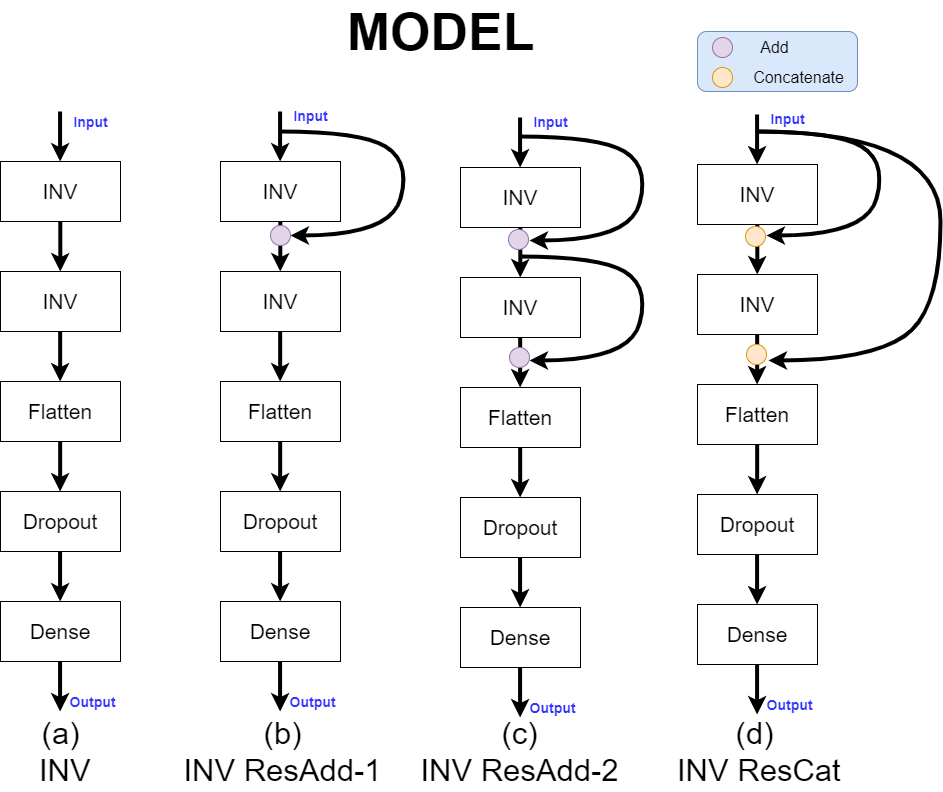
This is Network.png from JacobChen1998/Involution_Example_MNIST, a draw.io export, as it was before one commit. Source tidied: cells renumbered, new cells last; positions are measured from the earlier drawing's top-left corner, leaving out a move shared by most shapes.
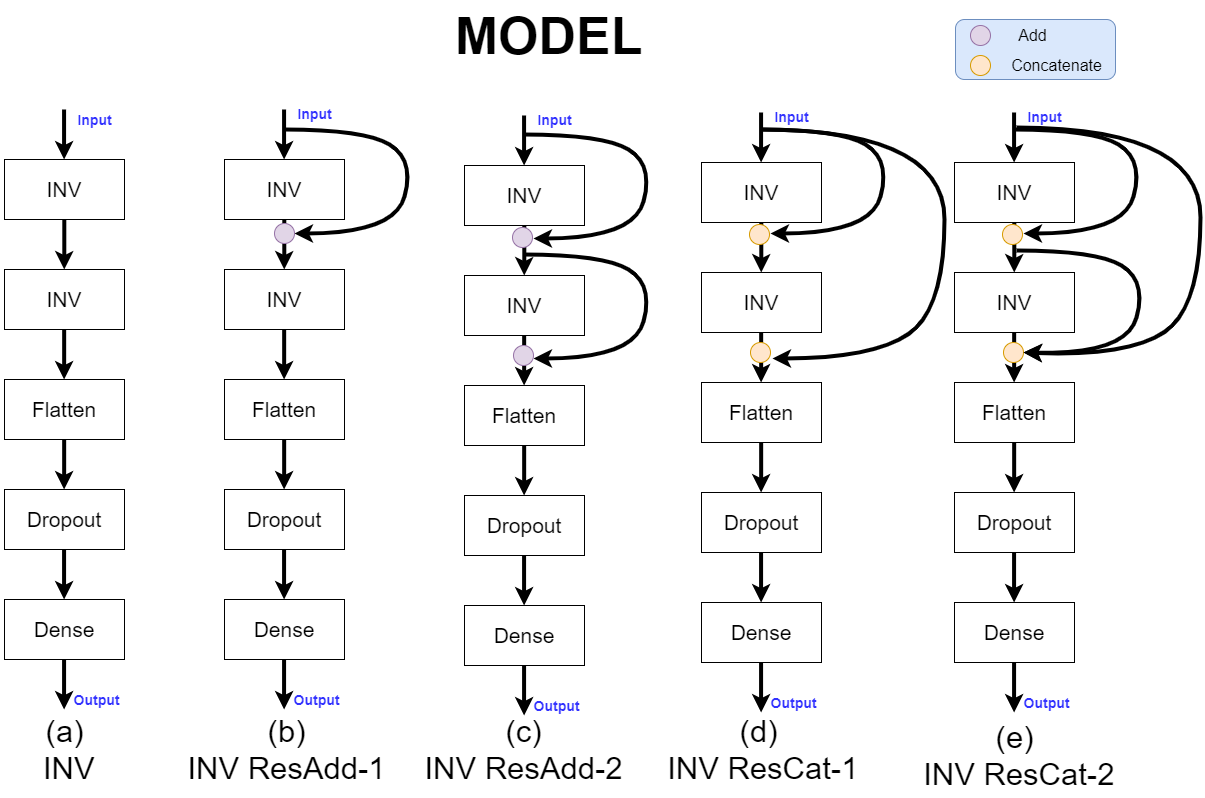
Above is the later version.

What changed in the source:
```diff
@@ -3,7 +3,7 @@
     <mxCell id="0" />
     <mxCell id="1" parent="0" />
     <mxCell id="2" style="rounded=1;whiteSpace=wrap;html=1;fontSize=16;fillColor=#dae8fc;strokeColor=#6c8ebf;" parent="1" vertex="1">
-      <mxGeometry x="697" y="25" width="160" height="60" as="geometry" />
+      <mxGeometry x="951" y="15" width="160" height="60" as="geometry" />
     </mxCell>
     <mxCell id="3" value="&lt;font style=&quot;font-size: 21px&quot;&gt;INV&lt;/font&gt;" style="rounded=0;whiteSpace=wrap;html=1;" parent="1" vertex="1">
       <mxGeometry y="155" width="120" height="60" as="geometry" />
@@ -312,23 +312,120 @@
     <mxCell id="67" value="&lt;font style=&quot;font-size: 31px&quot;&gt;&lt;span style=&quot;font-size: 31px&quot;&gt;(c)&lt;br&gt;INV ResAdd-2&lt;/span&gt;&lt;/font&gt;" style="text;html=1;align=center;verticalAlign=middle;fillColor=none;strokeColor=none;rounded=0;fontSize=31;fontStyle=0;" parent="1" vertex="1">
       <mxGeometry x="414" y="705" width="210" height="80" as="geometry" />
     </mxCell>
-    <mxCell id="68" value="&lt;font style=&quot;font-size: 31px&quot;&gt;&lt;span style=&quot;font-size: 31px&quot;&gt;(d)&lt;br&gt;&amp;nbsp;INV ResCat&lt;/span&gt;&lt;/font&gt;" style="text;html=1;align=center;verticalAlign=middle;fillColor=none;strokeColor=none;rounded=0;fontSize=31;fontStyle=0;" parent="1" vertex="1">
-      <mxGeometry x="659" y="705" width="190" height="80" as="geometry" />
+    <mxCell id="68" value="&lt;font style=&quot;font-size: 31px&quot;&gt;&lt;span style=&quot;font-size: 31px&quot;&gt;(d)&lt;br&gt;&amp;nbsp;INV ResCat-1&lt;/span&gt;&lt;/font&gt;" style="text;html=1;align=center;verticalAlign=middle;fillColor=none;strokeColor=none;rounded=0;fontSize=31;fontStyle=0;" parent="1" vertex="1">
+      <mxGeometry x="644" y="705" width="220" height="80" as="geometry" />
     </mxCell>
     <mxCell id="69" style="ellipse;whiteSpace=wrap;html=1;fillColor=#e1d5e7;strokeColor=#9673a6;" parent="1" vertex="1">
-      <mxGeometry x="712" y="31" width="20" height="20" as="geometry" />
+      <mxGeometry x="966" y="21" width="20" height="20" as="geometry" />
     </mxCell>
     <mxCell id="70" style="ellipse;whiteSpace=wrap;html=1;fillColor=#ffe6cc;strokeColor=#d79b00;" parent="1" vertex="1">
-      <mxGeometry x="712" y="61" width="20" height="20" as="geometry" />
+      <mxGeometry x="966" y="51" width="20" height="20" as="geometry" />
     </mxCell>
     <mxCell id="71" value="&lt;font style=&quot;font-size: 16px;&quot;&gt;&lt;span style=&quot;font-size: 16px;&quot;&gt;&lt;span style=&quot;font-size: 16px;&quot;&gt;Concatenate&lt;/span&gt;&lt;/span&gt;&lt;/font&gt;" style="text;html=1;align=center;verticalAlign=middle;fillColor=none;strokeColor=none;rounded=0;fontSize=16;fontStyle=0;" parent="1" vertex="1">
-      <mxGeometry x="743" y="61" width="110" height="20" as="geometry" />
+      <mxGeometry x="997" y="51" width="110" height="20" as="geometry" />
     </mxCell>
     <mxCell id="72" value="&lt;font style=&quot;font-size: 16px&quot;&gt;&lt;span style=&quot;font-size: 16px&quot;&gt;&lt;span style=&quot;font-size: 16px&quot;&gt;Add&lt;/span&gt;&lt;/span&gt;&lt;/font&gt;" style="text;html=1;align=center;verticalAlign=middle;fillColor=none;strokeColor=none;rounded=0;fontSize=16;fontStyle=0;" parent="1" vertex="1">
-      <mxGeometry x="754" y="31" width="40" height="20" as="geometry" />
+      <mxGeometry x="1008" y="21" width="40" height="20" as="geometry" />
     </mxCell>
     <mxCell id="73" value="&lt;font style=&quot;font-size: 52px&quot;&gt;&lt;b&gt;MODEL&lt;/b&gt;&lt;/font&gt;" style="text;html=1;align=center;verticalAlign=middle;fillColor=none;strokeColor=none;rounded=0;fontSize=31;fontStyle=0;" parent="1" vertex="1">
-      <mxGeometry x="340" width="200" height="50" as="geometry" />
+      <mxGeometry x="444" y="6" width="200" height="50" as="geometry" />
     </mxCell>
+    <mxCell id="74" value="&lt;font style=&quot;font-size: 21px&quot;&gt;INV&lt;/font&gt;" style="rounded=0;whiteSpace=wrap;html=1;" parent="1" vertex="1">
+      <mxGeometry x="950" y="158" width="120" height="60" as="geometry" />
+    </mxCell>
+    <mxCell id="75" value="&lt;font style=&quot;font-size: 21px&quot;&gt;INV&lt;/font&gt;" style="rounded=0;whiteSpace=wrap;html=1;" parent="1" vertex="1">
+      <mxGeometry x="950" y="268" width="120" height="60" as="geometry" />
+    </mxCell>
+    <mxCell id="76" style="endArrow=classic;html=1;strokeWidth=4;" parent="1" edge="1">
+      <mxGeometry relative="1" as="geometry">
+        <mxPoint x="1009.8" y="218" as="sourcePoint" />
+        <mxPoint x="1009.8" y="268" as="targetPoint" />
+      </mxGeometry>
+    </mxCell>
+    <mxCell id="77" style="endArrow=classic;html=1;strokeWidth=4;" parent="1" edge="1">
+      <mxGeometry relative="1" as="geometry">
+        <mxPoint x="1009.7" y="328" as="sourcePoint" />
+        <mxPoint x="1009.7" y="378" as="targetPoint" />
+      </mxGeometry>
+    </mxCell>
+    <mxCell id="78" value="&lt;font style=&quot;font-size: 21px&quot;&gt;Flatten&lt;/font&gt;" style="rounded=0;whiteSpace=wrap;html=1;" parent="1" vertex="1">
+      <mxGeometry x="950" y="378" width="120" height="60" as="geometry" />
+    </mxCell>
+    <mxCell id="79" style="endArrow=classic;html=1;strokeWidth=4;" parent="1" edge="1">
+      <mxGeometry relative="1" as="geometry">
+        <mxPoint x="1009.7" y="438" as="sourcePoint" />
+        <mxPoint x="1009.7" y="488" as="targetPoint" />
+      </mxGeometry>
+    </mxCell>
+    <mxCell id="80" value="&lt;font style=&quot;font-size: 21px&quot;&gt;Dropout&lt;/font&gt;" style="rounded=0;whiteSpace=wrap;html=1;" parent="1" vertex="1">
+      <mxGeometry x="950" y="488" width="120" height="60" as="geometry" />
+    </mxCell>
+    <mxCell id="81" value="&lt;span style=&quot;font-size: 21px&quot;&gt;Dense&lt;/span&gt;" style="rounded=0;whiteSpace=wrap;html=1;" parent="1" vertex="1">
+      <mxGeometry x="950" y="598" width="120" height="60" as="geometry" />
+    </mxCell>
+    <mxCell id="82" style="endArrow=classic;html=1;strokeWidth=4;" parent="1" edge="1">
+      <mxGeometry relative="1" as="geometry">
+        <mxPoint x="1009.6" y="548" as="sourcePoint" />
+        <mxPoint x="1009.6" y="598" as="targetPoint" />
+      </mxGeometry>
+    </mxCell>
+    <mxCell id="83" style="endArrow=classic;html=1;strokeWidth=4;" parent="1" edge="1">
+      <mxGeometry relative="1" as="geometry">
+        <mxPoint x="1009.6" y="108" as="sourcePoint" />
+        <mxPoint x="1009.6" y="158" as="targetPoint" />
+      </mxGeometry>
+    </mxCell>
+    <mxCell id="84" style="endArrow=classic;html=1;strokeWidth=4;" parent="1" edge="1">
+      <mxGeometry relative="1" as="geometry">
+        <mxPoint x="1009.6" y="658" as="sourcePoint" />
+        <mxPoint x="1009.6" y="708" as="targetPoint" />
+      </mxGeometry>
+    </mxCell>
+    <mxCell id="85" value="&lt;font color=&quot;#3333ff&quot; size=&quot;1&quot;&gt;&lt;b style=&quot;font-size: 14px&quot;&gt;Input&lt;/b&gt;&lt;/font&gt;" style="text;html=1;align=center;verticalAlign=middle;fillColor=none;strokeColor=none;rounded=0;" parent="1" vertex="1">
+      <mxGeometry x="1015" y="102" width="50" height="20" as="geometry" />
+    </mxCell>
+    <mxCell id="86" value="&lt;font color=&quot;#3333ff&quot; size=&quot;1&quot;&gt;&lt;b style=&quot;font-size: 14px&quot;&gt;Output&lt;/b&gt;&lt;/font&gt;" style="text;html=1;align=center;verticalAlign=middle;fillColor=none;strokeColor=none;rounded=0;" parent="1" vertex="1">
+      <mxGeometry x="1012" y="688" width="60" height="20" as="geometry" />
+    </mxCell>
+    <mxCell id="87" style="ellipse;whiteSpace=wrap;html=1;fillColor=#ffe6cc;strokeColor=#d79b00;" parent="1" vertex="1">
+      <mxGeometry x="998" y="220" width="20" height="20" as="geometry" />
+    </mxCell>
+    <mxCell id="88" style="curved=1;endArrow=classic;html=1;strokeWidth=4;" parent="1" edge="1">
+      <mxGeometry relative="1" as="geometry">
+        <mxPoint x="1009" y="125" as="sourcePoint" />
+        <mxPoint x="1019" y="229" as="targetPoint" />
+        <Array as="points">
+          <mxPoint x="1089" y="125" />
+          <mxPoint x="1139" y="155" />
+          <mxPoint x="1119" y="229" />
+        </Array>
+      </mxGeometry>
+    </mxCell>
+    <mxCell id="89" style="ellipse;whiteSpace=wrap;html=1;fillColor=#ffe6cc;strokeColor=#d79b00;" parent="1" vertex="1">
+      <mxGeometry x="999" y="338" width="20" height="20" as="geometry" />
+    </mxCell>
+    <mxCell id="90" style="curved=1;endArrow=classic;html=1;strokeWidth=4;entryX=1;entryY=0.5;entryDx=0;entryDy=0;" parent="1" edge="1" target="89">
+      <mxGeometry relative="1" as="geometry">
+        <mxPoint x="1012" y="123" as="sourcePoint" />
+        <Array as="points">
+          <mxPoint x="1196" y="123" />
+          <mxPoint x="1196" y="303" />
+          <mxPoint x="1124" y="352" />
+        </Array>
+      </mxGeometry>
+    </mxCell>
+    <mxCell id="91" style="curved=1;endArrow=classic;html=1;strokeWidth=4;entryX=1;entryY=0.5;entryDx=0;entryDy=0;" parent="1" edge="1" target="89">
+      <mxGeometry relative="1" as="geometry">
+        <mxPoint x="1012" y="246" as="sourcePoint" />
+        <Array as="points">
+          <mxPoint x="1092" y="246" />
+          <mxPoint x="1142" y="276" />
+          <mxPoint x="1122" y="350" />
+        </Array>
+      </mxGeometry>
+    </mxCell>
+    <mxCell id="92" value="&lt;font style=&quot;font-size: 31px&quot;&gt;&lt;span style=&quot;font-size: 31px&quot;&gt;(e)&lt;br&gt;&amp;nbsp;INV ResCat-2&lt;/span&gt;&lt;/font&gt;" style="text;html=1;align=center;verticalAlign=middle;fillColor=none;strokeColor=none;rounded=0;fontSize=31;fontStyle=0;" parent="1" vertex="1">
+      <mxGeometry x="900" y="711" width="220" height="80" as="geometry" />
+    </mxCell>
   </root>
 </mxGraphModel>
```
